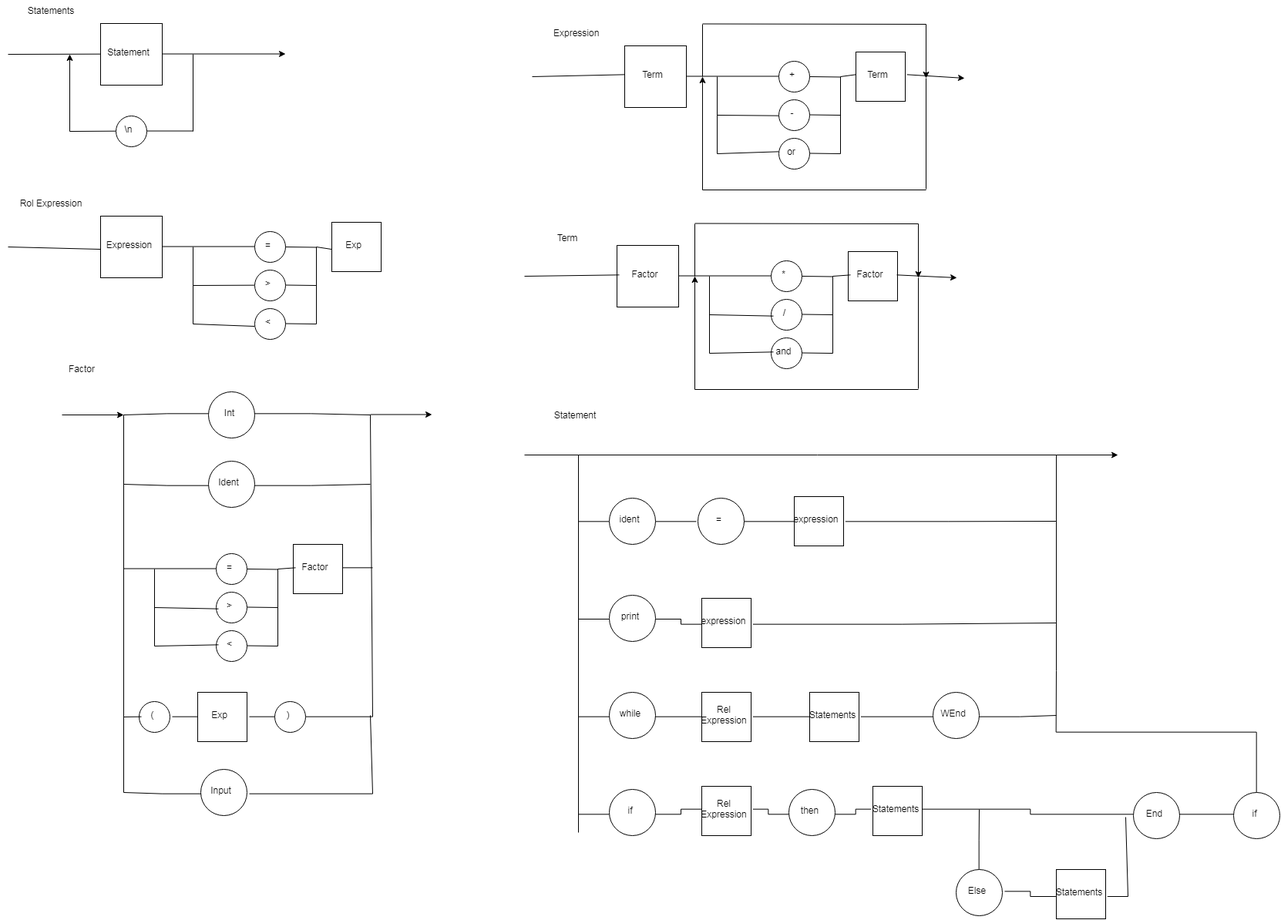
Earlier version of the draw.io export DS.png (Formulos/logica-compilador-p). Source tidied: cells renumbered, new cells last; positions are measured from the earlier drawing's top-left corner, leaving out a move shared by most shapes.
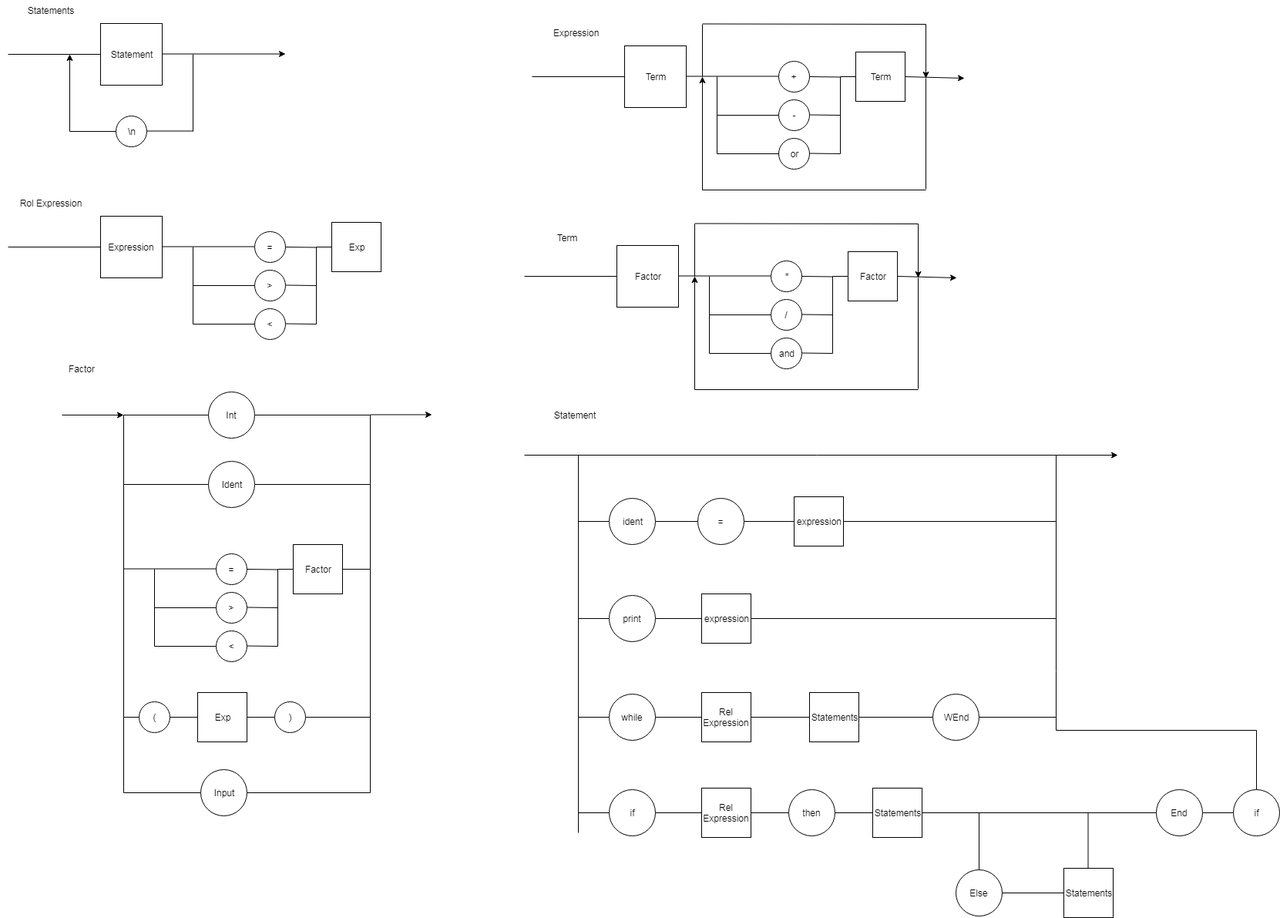
Above is the later version.

What changed in the source:
```diff
@@ -516,13 +516,13 @@
     <mxCell id="110" style="edgeStyle=orthogonalEdgeStyle;rounded=0;jettySize=auto;html=1;exitX=1;exitY=0.5;exitDx=0;exitDy=0;entryX=0;entryY=0.5;entryDx=0;entryDy=0;startArrow=none;startFill=0;endArrow=none;endFill=0;" parent="1" edge="1" source="112" target="124">
       <mxGeometry relative="1" as="geometry" />
     </mxCell>
-    <mxCell id="111" style="edgeStyle=orthogonalEdgeStyle;rounded=0;jettySize=auto;html=1;exitX=0;exitY=0.5;exitDx=0;exitDy=0;startArrow=none;startFill=0;endArrow=none;endFill=0;" parent="1" edge="1" source="112">
-      <mxGeometry relative="1" as="geometry">
-        <mxPoint x="750" y="928" as="targetPoint" />
-      </mxGeometry>
-    </mxCell>
+    <mxCell id="152" style="edgeStyle=orthogonalEdgeStyle;rounded=0;jettySize=auto;html=1;exitX=0;exitY=0.5;exitDx=0;exitDy=0;endArrow=none;endFill=0;" parent="1" edge="1" source="112">
+      <mxGeometry relative="1" as="geometry">
+        <mxPoint x="750" y="930" as="targetPoint" />
+      </mxGeometry>
+    </mxCell>
     <mxCell id="112" value="while" style="ellipse;whiteSpace=wrap;html=1;" parent="1" vertex="1">
-      <mxGeometry x="790" y="898" width="60" height="60" as="geometry" />
+      <mxGeometry x="790" y="900" width="60" height="60" as="geometry" />
     </mxCell>
     <mxCell id="113" style="edgeStyle=orthogonalEdgeStyle;rounded=0;jettySize=auto;html=1;exitX=1;exitY=0.5;exitDx=0;exitDy=0;entryX=0;entryY=0.5;entryDx=0;entryDy=0;startArrow=none;startFill=0;endArrow=none;endFill=0;" parent="1" edge="1" source="115" target="122">
       <mxGeometry relative="1" as="geometry" />
@@ -554,13 +554,13 @@
     <mxCell id="120" value="expression" style="whiteSpace=wrap;html=1;" parent="1" vertex="1">
       <mxGeometry x="1030" y="644" width="64" height="64" as="geometry" />
     </mxCell>
-    <mxCell id="121" style="edgeStyle=orthogonalEdgeStyle;rounded=0;jettySize=auto;html=1;exitX=1;exitY=0.5;exitDx=0;exitDy=0;startArrow=none;startFill=0;endArrow=none;endFill=0;" parent="1" edge="1" source="122">
-      <mxGeometry relative="1" as="geometry">
-        <mxPoint x="1370" y="808" as="targetPoint" />
-      </mxGeometry>
-    </mxCell>
+    <mxCell id="153" style="edgeStyle=orthogonalEdgeStyle;rounded=0;jettySize=auto;html=1;exitX=1;exitY=0.5;exitDx=0;exitDy=0;endArrow=none;endFill=0;" parent="1" edge="1" source="122">
+      <mxGeometry relative="1" as="geometry">
+        <mxPoint x="1370" y="802" as="targetPoint" />
+      </mxGeometry>
+    </mxCell>
     <mxCell id="122" value="expression" style="whiteSpace=wrap;html=1;" parent="1" vertex="1">
-      <mxGeometry x="910" y="776" width="64" height="64" as="geometry" />
+      <mxGeometry x="910" y="770" width="64" height="64" as="geometry" />
     </mxCell>
     <mxCell id="123" style="edgeStyle=orthogonalEdgeStyle;rounded=0;jettySize=auto;html=1;exitX=1;exitY=0.5;exitDx=0;exitDy=0;entryX=0;entryY=0.5;entryDx=0;entryDy=0;startArrow=none;startFill=0;endArrow=none;endFill=0;" parent="1" edge="1" source="124" target="128">
       <mxGeometry relative="1" as="geometry" />
@@ -572,7 +572,7 @@
       <mxGeometry relative="1" as="geometry" />
     </mxCell>
     <mxCell id="126" value="Rel Expression" style="whiteSpace=wrap;html=1;" parent="1" vertex="1">
-      <mxGeometry x="910" y="1020" width="64" height="64" as="geometry" />
+      <mxGeometry x="910" y="1022" width="64" height="64" as="geometry" />
     </mxCell>
     <mxCell id="127" style="edgeStyle=orthogonalEdgeStyle;rounded=0;jettySize=auto;html=1;exitX=1;exitY=0.5;exitDx=0;exitDy=0;entryX=0;entryY=0.5;entryDx=0;entryDy=0;startArrow=none;startFill=0;endArrow=none;endFill=0;" parent="1" edge="1" source="128" target="134">
       <mxGeometry relative="1" as="geometry" />
@@ -584,7 +584,7 @@
       <mxGeometry relative="1" as="geometry" />
     </mxCell>
     <mxCell id="130" value="Statements" style="whiteSpace=wrap;html=1;" parent="1" vertex="1">
-      <mxGeometry x="1132" y="1020" width="64" height="64" as="geometry" />
+      <mxGeometry x="1132" y="1022" width="64" height="64" as="geometry" />
     </mxCell>
     <mxCell id="131" style="edgeStyle=orthogonalEdgeStyle;rounded=0;jettySize=auto;html=1;exitX=1;exitY=0.5;exitDx=0;exitDy=0;entryX=0;entryY=0.5;entryDx=0;entryDy=0;startArrow=none;startFill=0;endArrow=none;endFill=0;" parent="1" edge="1" source="132" target="130">
       <mxGeometry relative="1" as="geometry" />
@@ -592,13 +592,13 @@
     <mxCell id="132" value="then" style="ellipse;whiteSpace=wrap;html=1;" parent="1" vertex="1">
       <mxGeometry x="1023" y="1024" width="60" height="60" as="geometry" />
     </mxCell>
-    <mxCell id="133" style="edgeStyle=orthogonalEdgeStyle;rounded=0;jettySize=auto;html=1;exitX=1;exitY=0.5;exitDx=0;exitDy=0;startArrow=none;startFill=0;endArrow=none;endFill=0;" parent="1" edge="1" source="134">
-      <mxGeometry relative="1" as="geometry">
-        <mxPoint x="1370" y="928" as="targetPoint" />
-      </mxGeometry>
-    </mxCell>
+    <mxCell id="154" style="edgeStyle=orthogonalEdgeStyle;rounded=0;jettySize=auto;html=1;exitX=1;exitY=0.5;exitDx=0;exitDy=0;endArrow=none;endFill=0;" parent="1" edge="1" source="134">
+      <mxGeometry relative="1" as="geometry">
+        <mxPoint x="1370" y="930" as="targetPoint" />
+      </mxGeometry>
+    </mxCell>
     <mxCell id="134" value="WEnd" style="ellipse;whiteSpace=wrap;html=1;" parent="1" vertex="1">
-      <mxGeometry x="1210" y="898" width="60" height="60" as="geometry" />
+      <mxGeometry x="1210" y="900" width="60" height="60" as="geometry" />
     </mxCell>
     <mxCell id="135" style="edgeStyle=orthogonalEdgeStyle;rounded=0;jettySize=auto;html=1;exitX=1;exitY=0.5;exitDx=0;exitDy=0;entryX=0;entryY=0.5;entryDx=0;entryDy=0;startArrow=none;startFill=0;endArrow=none;endFill=0;" parent="1" edge="1" source="136" target="120">
       <mxGeometry relative="1" as="geometry" />
@@ -606,30 +606,25 @@
     <mxCell id="136" value="=" style="ellipse;whiteSpace=wrap;html=1;" parent="1" vertex="1">
       <mxGeometry x="905" y="646" width="60" height="60" as="geometry" />
     </mxCell>
-    <mxCell id="137" style="edgeStyle=orthogonalEdgeStyle;rounded=0;jettySize=auto;html=1;exitX=0.5;exitY=0;exitDx=0;exitDy=0;startArrow=none;startFill=0;endArrow=none;endFill=0;" parent="1" edge="1" source="139">
-      <mxGeometry relative="1" as="geometry">
-        <mxPoint x="1270" y="1050" as="targetPoint" />
-      </mxGeometry>
-    </mxCell>
     <mxCell id="138" style="edgeStyle=orthogonalEdgeStyle;rounded=0;jettySize=auto;html=1;exitX=1;exitY=0.5;exitDx=0;exitDy=0;entryX=0;entryY=0.5;entryDx=0;entryDy=0;startArrow=none;startFill=0;endArrow=none;endFill=0;" parent="1" edge="1" source="139" target="141">
       <mxGeometry relative="1" as="geometry" />
     </mxCell>
+    <mxCell id="155" style="edgeStyle=orthogonalEdgeStyle;rounded=0;jettySize=auto;html=1;exitX=0.5;exitY=0;exitDx=0;exitDy=0;endArrow=none;endFill=0;" parent="1" edge="1" source="139">
+      <mxGeometry relative="1" as="geometry">
+        <mxPoint x="1270" y="1120" as="targetPoint" />
+      </mxGeometry>
+    </mxCell>
     <mxCell id="139" value="Else" style="ellipse;whiteSpace=wrap;html=1;" parent="1" vertex="1">
       <mxGeometry x="1240" y="1128" width="60" height="60" as="geometry" />
     </mxCell>
-    <mxCell id="140" style="edgeStyle=orthogonalEdgeStyle;rounded=0;jettySize=auto;html=1;exitX=1;exitY=0.5;exitDx=0;exitDy=0;startArrow=none;startFill=0;endArrow=none;endFill=0;" parent="1" edge="1" source="141">
-      <mxGeometry relative="1" as="geometry">
-        <mxPoint x="1460" y="1060" as="targetPoint" />
-      </mxGeometry>
-    </mxCell>
     <mxCell id="141" value="Statements" style="whiteSpace=wrap;html=1;" parent="1" vertex="1">
-      <mxGeometry x="1370" y="1128" width="64" height="64" as="geometry" />
+      <mxGeometry x="1380" y="1126" width="64" height="64" as="geometry" />
     </mxCell>
     <mxCell id="142" style="edgeStyle=orthogonalEdgeStyle;rounded=0;jettySize=auto;html=1;exitX=1;exitY=0.5;exitDx=0;exitDy=0;entryX=0;entryY=0.5;entryDx=0;entryDy=0;startArrow=none;startFill=0;endArrow=none;endFill=0;" parent="1" edge="1" source="143" target="145">
       <mxGeometry relative="1" as="geometry" />
     </mxCell>
     <mxCell id="143" value="End" style="ellipse;whiteSpace=wrap;html=1;" parent="1" vertex="1">
-      <mxGeometry x="1470" y="1028" width="60" height="60" as="geometry" />
+      <mxGeometry x="1500" y="1024" width="60" height="60" as="geometry" />
     </mxCell>
     <mxCell id="144" style="edgeStyle=orthogonalEdgeStyle;rounded=0;jettySize=auto;html=1;exitX=0.5;exitY=0;exitDx=0;exitDy=0;startArrow=none;startFill=0;endArrow=none;endFill=0;" parent="1" edge="1" source="145">
       <mxGeometry relative="1" as="geometry">
@@ -637,7 +632,7 @@
       </mxGeometry>
     </mxCell>
     <mxCell id="145" value="if" style="ellipse;whiteSpace=wrap;html=1;" parent="1" vertex="1">
-      <mxGeometry x="1600" y="1028" width="60" height="60" as="geometry" />
+      <mxGeometry x="1600" y="1024" width="60" height="60" as="geometry" />
     </mxCell>
     <mxCell id="146" style="endArrow=none;html=1;" parent="1" edge="1">
       <mxGeometry relative="1" as="geometry">
@@ -672,5 +667,17 @@
     <mxCell id="151" value="Statement&lt;br&gt;" style="text;html=1;strokeColor=none;fillColor=none;align=center;verticalAlign=middle;whiteSpace=wrap;rounded=0;" parent="1" vertex="1">
       <mxGeometry x="680" y="518" width="130" height="40" as="geometry" />
     </mxCell>
+    <mxCell id="156" style="endArrow=none;html=1;" parent="1" edge="1">
+      <mxGeometry relative="1" as="geometry">
+        <mxPoint x="1270" y="1124" as="sourcePoint" />
+        <mxPoint x="1270" y="1054" as="targetPoint" />
+      </mxGeometry>
+    </mxCell>
+    <mxCell id="157" style="endArrow=none;html=1;" parent="1" edge="1">
+      <mxGeometry relative="1" as="geometry">
+        <mxPoint x="1411.5" y="1126" as="sourcePoint" />
+        <mxPoint x="1411.5" y="1054" as="targetPoint" />
+      </mxGeometry>
+    </mxCell>
   </root>
 </mxGraphModel>
```
